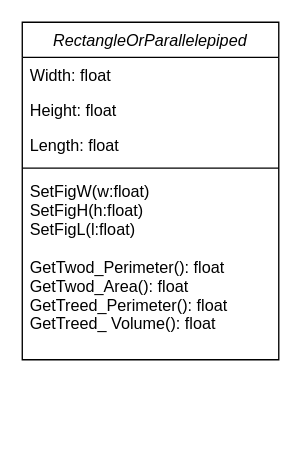
Above: figure/FIGUER.drawio in Aceyoi/Class-Figure (draw.io), before the change. Source tidied: cells renumbered, new cells numbered last; positions are measured from the earlier drawing's top-left corner, leaving out a move shared by most shapes. Both pictures are drawn from the tidied source at 135%, with x=0, y=0 at pixel (22, 22).
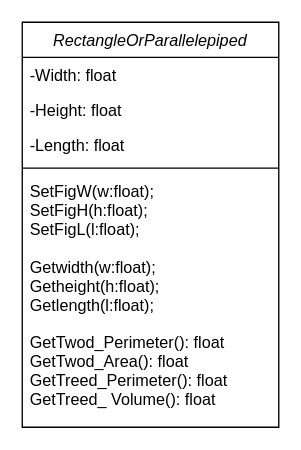
Above is the later version.

The edit, as a diff of the source:
```diff
@@
 <mxGraphModel>
   <root>
     <mxCell id="0" />
     <mxCell id="1" parent="0" />
     <mxCell id="2" value="RectangleOrParallelepiped" style="swimlane;fontStyle=2;align=center;verticalAlign=top;horizontal=1;startSize=26;rounded=0;shadow=0;strokeWidth=1;" parent="1" vertex="1">
-      <mxGeometry width="190" height="250" as="geometry" />
+      <mxGeometry width="190" height="300" as="geometry" />
     </mxCell>
-    <mxCell id="3" value="Width: float" style="text;align=left;verticalAlign=top;spacingLeft=4;spacingRight=4;overflow=hidden;" parent="2" vertex="1">
+    <mxCell id="3" value="-Width: float" style="text;align=left;verticalAlign=top;spacingLeft=4;spacingRight=4;overflow=hidden;" parent="2" vertex="1">
       <mxGeometry y="26" width="190" height="26" as="geometry" />
     </mxCell>
-    <mxCell id="4" value="Height: float" style="text;align=left;verticalAlign=top;spacingLeft=4;spacingRight=4;overflow=hidden;rounded=0;shadow=0;html=0;" parent="2" vertex="1">
+    <mxCell id="4" value="-Height: float" style="text;align=left;verticalAlign=top;spacingLeft=4;spacingRight=4;overflow=hidden;rounded=0;shadow=0;html=0;" parent="2" vertex="1">
       <mxGeometry y="52" width="190" height="26" as="geometry" />
     </mxCell>
-    <mxCell id="5" value="Length: float" style="text;align=left;verticalAlign=top;spacingLeft=4;spacingRight=4;overflow=hidden;rounded=0;shadow=0;html=0;" parent="2" vertex="1">
+    <mxCell id="5" value="-Length: float" style="text;align=left;verticalAlign=top;spacingLeft=4;spacingRight=4;overflow=hidden;rounded=0;shadow=0;html=0;" parent="2" vertex="1">
       <mxGeometry y="78" width="190" height="26" as="geometry" />
     </mxCell>
     <mxCell id="6" style="line;html=1;strokeWidth=1;align=left;verticalAlign=middle;spacingTop=-1;spacingLeft=3;spacingRight=3;labelPosition=right;" parent="2" vertex="1">
       <mxGeometry y="104" width="190" height="8" as="geometry" />
     </mxCell>
-    <mxCell id="7" value="SetFigW(w:float)&#10;SetFigH(h:float)&#10;SetFigL(l:float)&#10;&#10;GetTwod_Perimeter(): float&#10;GetTwod_Area(): float&#10;GetTreed_Perimeter(): float&#10;GetTreed_ Volume(): float" style="text;align=left;verticalAlign=top;spacingLeft=4;spacingRight=4;overflow=hidden;" parent="2" vertex="1">
-      <mxGeometry y="112" width="190" height="138" as="geometry" />
+    <mxCell id="7" value="SetFigW(w:float);&#10;SetFigH(h:float);&#10;SetFigL(l:float);&#10;&#10;Getwidth(w:float);&#10;Getheight(h:float);&#10;Getlength(l:float);&#10;&#10;GetTwod_Perimeter(): float&#10;GetTwod_Area(): float&#10;GetTreed_Perimeter(): float&#10;GetTreed_ Volume(): float" style="text;align=left;verticalAlign=top;spacingLeft=4;spacingRight=4;overflow=hidden;" parent="2" vertex="1">
+      <mxGeometry y="112" width="190" height="178" as="geometry" />
     </mxCell>
   </root>
 </mxGraphModel>
```
